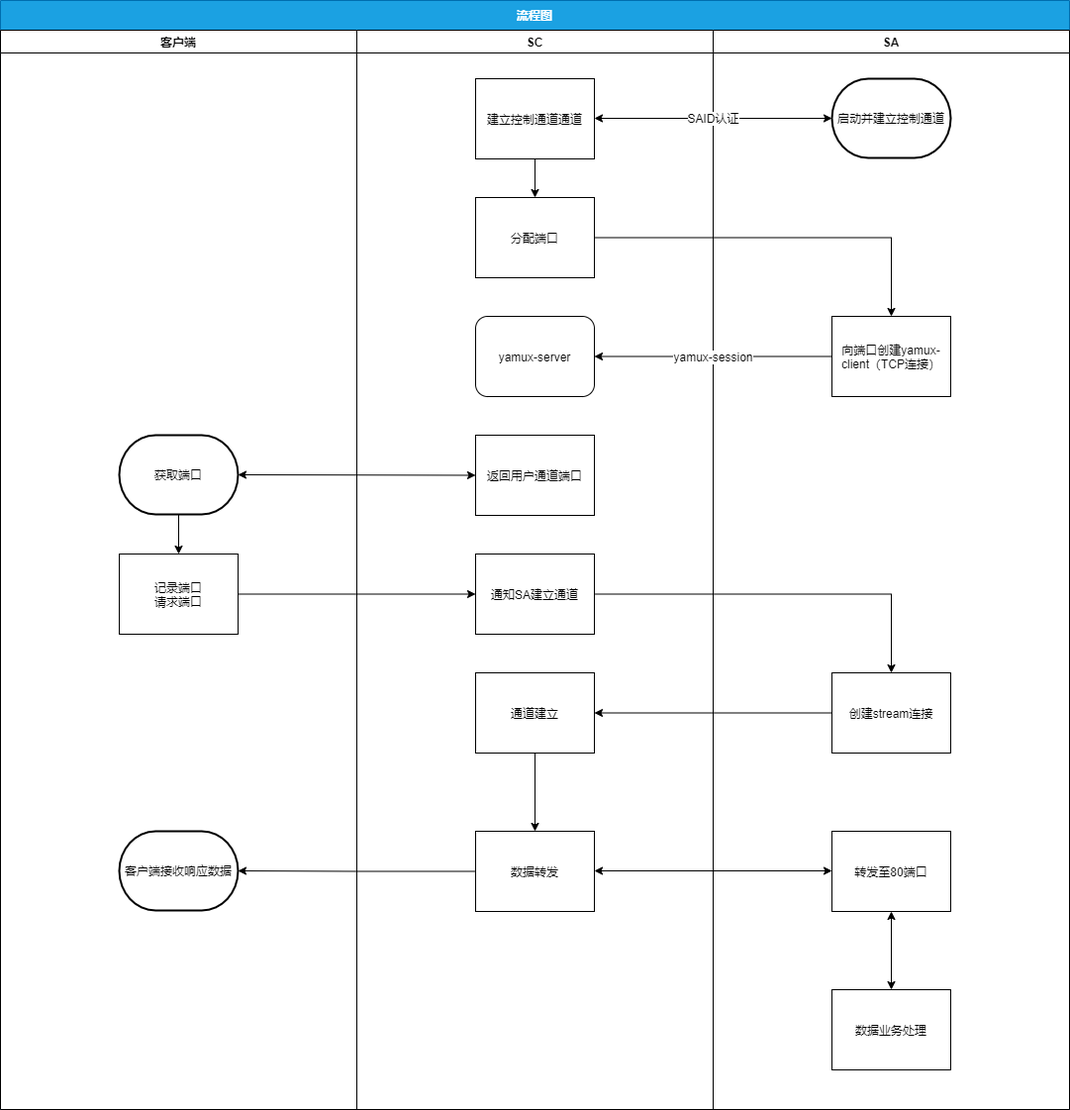
This is docs/images/sequence.png from kiqupo/gotunnel, a draw.io export, as it was before one commit. Source tidied: cells renumbered, new cells last; positions are measured from the earlier drawing's top-left corner, leaving out a move shared by most shapes.
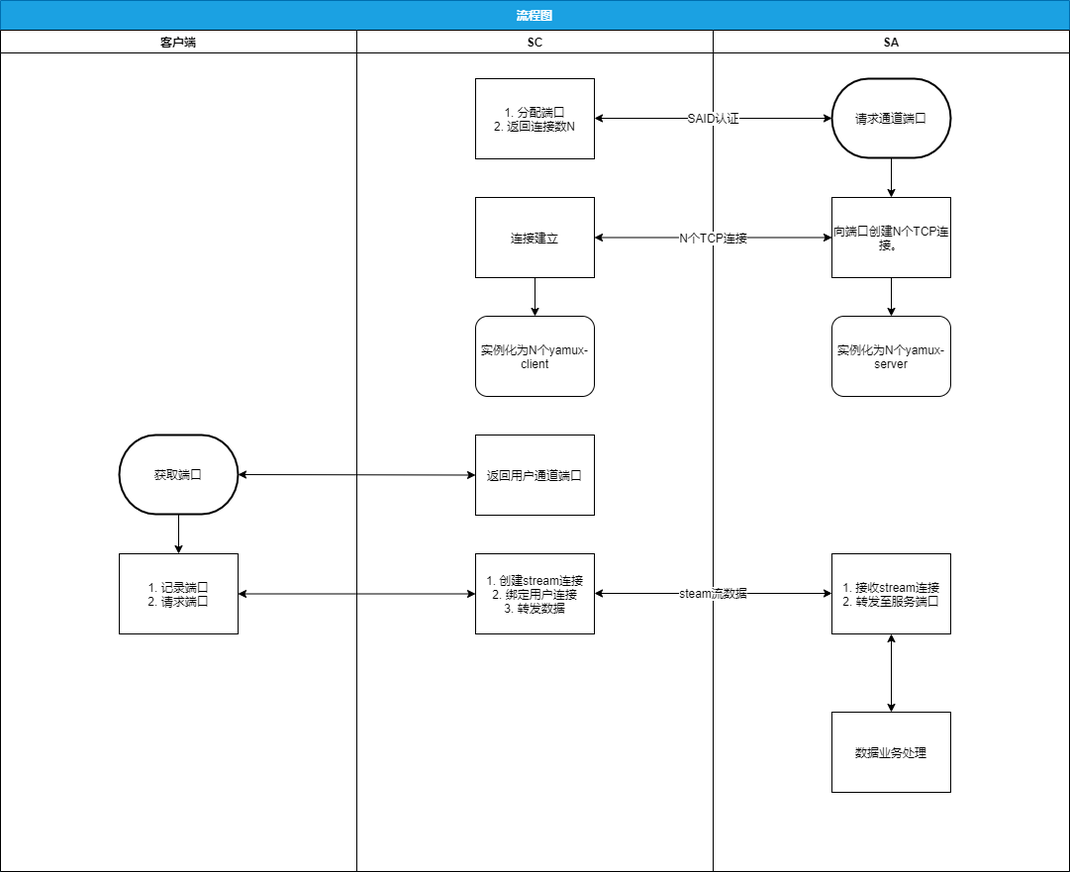
Later version of the same file.

The edit, as a diff of the source:
```diff
@@ -3,112 +3,89 @@
     <mxCell id="0" />
     <mxCell id="1" parent="0" />
     <mxCell id="2" value="流程图" style="swimlane;startSize=30;fillColor=#1ba1e2;strokeColor=#006EAF;fontColor=#ffffff;swimlaneFillColor=#ffffff;" parent="1" vertex="1">
-      <mxGeometry width="1080" height="1120" as="geometry" />
+      <mxGeometry width="1080" height="880" as="geometry" />
     </mxCell>
     <mxCell id="3" value="SC" style="swimlane;swimlaneFillColor=none;" parent="2" vertex="1">
-      <mxGeometry x="360" y="30" width="360" height="1090" as="geometry" />
+      <mxGeometry x="360" y="30" width="360" height="850" as="geometry" />
     </mxCell>
-    <mxCell id="4" style="edgeStyle=orthogonalEdgeStyle;rounded=0;orthogonalLoop=1;jettySize=auto;html=1;entryX=0.5;entryY=0;entryDx=0;entryDy=0;entryPerimeter=0;" parent="3" edge="1">
-      <mxGeometry relative="1" as="geometry">
-        <mxPoint x="180" y="129" as="sourcePoint" />
-        <mxPoint x="180" y="169" as="targetPoint" />
-      </mxGeometry>
-    </mxCell>
-    <mxCell id="5" value="&lt;span&gt;建立控制通道通道&lt;/span&gt;" style="rounded=0;whiteSpace=wrap;html=1;shadow=0;labelBackgroundColor=none;fillColor=#FFFFFF;" parent="3" vertex="1">
-      <mxGeometry x="120" y="49" width="120" height="81" as="geometry" />
-    </mxCell>
-    <mxCell id="6" value="&lt;span&gt;分配端口&lt;/span&gt;" style="rounded=0;whiteSpace=wrap;html=1;shadow=0;labelBackgroundColor=none;fillColor=#FFFFFF;" parent="3" vertex="1">
-      <mxGeometry x="120" y="169" width="120" height="81" as="geometry" />
+    <mxCell id="6" value="&lt;span&gt;1. 分配端口&lt;br&gt;2. 返回连接数N&lt;br&gt;&lt;/span&gt;" style="rounded=0;whiteSpace=wrap;html=1;shadow=0;labelBackgroundColor=none;fillColor=#FFFFFF;" parent="3" vertex="1">
+      <mxGeometry x="120" y="49" width="120" height="81" as="geometry" />
     </mxCell>
-    <mxCell id="7" value="yamux-server" style="rounded=1;whiteSpace=wrap;html=1;" parent="3" vertex="1">
+    <mxCell id="7" value="实例化为N个yamux-client" style="rounded=1;whiteSpace=wrap;html=1;" parent="3" vertex="1">
       <mxGeometry x="120" y="289" width="120" height="81" as="geometry" />
     </mxCell>
+    <mxCell id="34" style="edgeStyle=orthogonalEdgeStyle;rounded=0;jettySize=auto;html=1;" parent="3" edge="1" source="35" target="7">
+      <mxGeometry relative="1" as="geometry" />
+    </mxCell>
+    <mxCell id="35" value="&lt;span&gt;连接建立&lt;/span&gt;" style="rounded=0;whiteSpace=wrap;html=1;shadow=0;labelBackgroundColor=none;fillColor=#FFFFFF;" parent="3" vertex="1">
+      <mxGeometry x="120" y="169" width="120" height="81" as="geometry" />
+    </mxCell>
+    <mxCell id="11" value="1. 创建stream连接&lt;br&gt;2. 绑定用户连接&lt;br&gt;3. 转发数据" style="rounded=0;whiteSpace=wrap;html=1;shadow=0;labelBackgroundColor=none;fillColor=#FFFFFF;" parent="3" vertex="1">
+      <mxGeometry x="120" y="529" width="120" height="81" as="geometry" />
+    </mxCell>
     <mxCell id="8" value="SA" style="swimlane;startSize=23;fillColor=#FFFFFF;shadow=0;labelBackgroundColor=none;labelBorderColor=none;swimlaneFillColor=none;" parent="2" vertex="1">
-      <mxGeometry x="720" y="30" width="360" height="1090" as="geometry" />
+      <mxGeometry x="720" y="30" width="360" height="850" as="geometry" />
     </mxCell>
+    <mxCell id="36" style="edgeStyle=orthogonalEdgeStyle;rounded=0;jettySize=auto;html=1;entryX=0.5;entryY=0;entryDx=0;entryDy=0;" parent="8" edge="1" source="9" target="10">
+      <mxGeometry relative="1" as="geometry" />
+    </mxCell>
-    <mxCell id="9" value="启动并建立控制通道" style="strokeWidth=2;html=1;shape=mxgraph.flowchart.terminator;whiteSpace=wrap;" parent="8" vertex="1">
+    <mxCell id="9" value="请求通道端口" style="strokeWidth=2;html=1;shape=mxgraph.flowchart.terminator;whiteSpace=wrap;" parent="8" vertex="1">
       <mxGeometry x="120" y="49" width="120" height="80" as="geometry" />
     </mxCell>
+    <mxCell id="37" style="edgeStyle=orthogonalEdgeStyle;rounded=0;jettySize=auto;html=1;" parent="8" edge="1" source="10" target="38">
+      <mxGeometry relative="1" as="geometry" />
+    </mxCell>
-    <mxCell id="10" value="&lt;span&gt;向端口创建yamux-client（TCP连接）&lt;/span&gt;" style="rounded=0;whiteSpace=wrap;html=1;shadow=0;labelBackgroundColor=none;fillColor=#FFFFFF;" parent="8" vertex="1">
-      <mxGeometry x="120" y="289" width="120" height="81" as="geometry" />
+    <mxCell id="10" value="&lt;span&gt;向端口创建N个TCP连接。&lt;br&gt;&lt;/span&gt;" style="rounded=0;whiteSpace=wrap;html=1;shadow=0;labelBackgroundColor=none;fillColor=#FFFFFF;" parent="8" vertex="1">
+      <mxGeometry x="120" y="169" width="120" height="81" as="geometry" />
     </mxCell>
-    <mxCell id="11" value="创建stream连接" style="rounded=0;whiteSpace=wrap;html=1;shadow=0;labelBackgroundColor=none;fillColor=#FFFFFF;" parent="8" vertex="1">
-      <mxGeometry x="120" y="649" width="120" height="81" as="geometry" />
-    </mxCell>
-    <mxCell id="12" value="数据转发" style="rounded=0;whiteSpace=wrap;html=1;shadow=0;labelBackgroundColor=none;fillColor=#FFFFFF;" parent="8" vertex="1">
-      <mxGeometry x="-240" y="809" width="120" height="81" as="geometry" />
-    </mxCell>
-    <mxCell id="13" value="转发至80端口" style="rounded=0;whiteSpace=wrap;html=1;shadow=0;labelBackgroundColor=none;fillColor=#FFFFFF;" parent="8" vertex="1">
-      <mxGeometry x="120" y="809" width="120" height="81" as="geometry" />
+    <mxCell id="13" value="1. 接收stream连接&lt;br&gt;2. 转发至服务端口" style="rounded=0;whiteSpace=wrap;html=1;shadow=0;labelBackgroundColor=none;fillColor=#FFFFFF;" parent="8" vertex="1">
+      <mxGeometry x="120" y="529" width="120" height="81" as="geometry" />
     </mxCell>
-    <mxCell id="14" style="endArrow=classic;startArrow=classic;html=1;entryX=0.5;entryY=1;entryDx=0;entryDy=0;exitX=0.5;exitY=0;exitDx=0;exitDy=0;exitPerimeter=0;" parent="8" edge="1" target="13">
+    <mxCell id="14" style="endArrow=classic;startArrow=classic;html=1;entryX=0.5;entryY=1;entryDx=0;entryDy=0;" parent="8" edge="1" target="13">
       <mxGeometry relative="1" as="geometry">
-        <mxPoint x="180" y="969" as="sourcePoint" />
+        <mxPoint x="180" y="689" as="sourcePoint" />
       </mxGeometry>
     </mxCell>
-    <mxCell id="15" style="endArrow=classic;startArrow=classic;html=1;exitX=1;exitY=0.5;exitDx=0;exitDy=0;entryX=0;entryY=0.5;entryDx=0;entryDy=0;" parent="8" edge="1">
+    <mxCell id="15" value="steam流数据" style="endArrow=classic;startArrow=classic;html=1;exitX=1;exitY=0.5;exitDx=0;exitDy=0;entryX=0;entryY=0.5;entryDx=0;entryDy=0;" parent="8" edge="1">
       <mxGeometry relative="1" as="geometry">
-        <mxPoint x="-120" y="849" as="sourcePoint" />
-        <mxPoint x="120" y="849" as="targetPoint" />
+        <mxPoint x="-120" y="569" as="sourcePoint" />
+        <mxPoint x="120" y="569" as="targetPoint" />
       </mxGeometry>
     </mxCell>
     <mxCell id="16" value="数据业务处理" style="rounded=0;whiteSpace=wrap;html=1;shadow=0;labelBackgroundColor=none;fillColor=#FFFFFF;" parent="8" vertex="1">
-      <mxGeometry x="120" y="969" width="120" height="81" as="geometry" />
+      <mxGeometry x="120" y="689" width="120" height="81" as="geometry" />
     </mxCell>
-    <mxCell id="17" value="客户端接收响应数据" style="strokeWidth=2;html=1;shape=mxgraph.flowchart.terminator;whiteSpace=wrap;" parent="8" vertex="1">
-      <mxGeometry x="-600" y="809" width="120" height="80" as="geometry" />
-    </mxCell>
-    <mxCell id="18" style="edgeStyle=orthogonalEdgeStyle;rounded=0;jettySize=auto;html=1;entryX=1;entryY=0.5;entryDx=0;entryDy=0;entryPerimeter=0;" parent="8" edge="1" source="12" target="17">
-      <mxGeometry relative="1" as="geometry" />
-    </mxCell>
+    <mxCell id="38" value="实例化为N个yamux-server" style="rounded=1;whiteSpace=wrap;html=1;" parent="8" vertex="1">
+      <mxGeometry x="120" y="289" width="120" height="81" as="geometry" />
+    </mxCell>
     <mxCell id="19" value="客户端" style="swimlane;swimlaneFillColor=none;" parent="2" vertex="1">
-      <mxGeometry y="30" width="360" height="1090" as="geometry" />
+      <mxGeometry y="30" width="360" height="850" as="geometry" />
     </mxCell>
     <mxCell id="20" value="SAID认证" style="endArrow=classic;startArrow=classic;html=1;entryX=0;entryY=0.5;entryDx=0;entryDy=0;entryPerimeter=0;exitX=1;exitY=0.5;exitDx=0;exitDy=0;exitPerimeter=0;" parent="2" edge="1" target="9">
       <mxGeometry relative="1" as="geometry">
         <mxPoint x="600" y="119" as="sourcePoint" />
       </mxGeometry>
     </mxCell>
-    <mxCell id="21" style="edgeStyle=orthogonalEdgeStyle;rounded=0;jettySize=auto;html=1;" parent="2" edge="1" source="6">
-      <mxGeometry relative="1" as="geometry">
-        <mxPoint x="900" y="319" as="targetPoint" />
-      </mxGeometry>
-    </mxCell>
-    <mxCell id="22" value="yamux-session" style="edgeStyle=orthogonalEdgeStyle;rounded=0;jettySize=auto;html=1;entryX=1;entryY=0.5;entryDx=0;entryDy=0;" parent="2" edge="1" source="10" target="7">
-      <mxGeometry relative="1" as="geometry" />
-    </mxCell>
+    <mxCell id="39" value="N个TCP连接" style="endArrow=classic;startArrow=classic;html=1;entryX=0;entryY=0.5;entryDx=0;entryDy=0;" parent="2" edge="1" source="35" target="10">
+      <mxGeometry relative="1" as="geometry" />
+    </mxCell>
     <mxCell id="23" value="返回用户通道端口" style="rounded=0;whiteSpace=wrap;html=1;shadow=0;labelBackgroundColor=none;fillColor=#FFFFFF;" parent="1" vertex="1">
       <mxGeometry x="480" y="439" width="120" height="81" as="geometry" />
     </mxCell>
-    <mxCell id="24" value="通知SA建立通道" style="rounded=0;whiteSpace=wrap;html=1;shadow=0;labelBackgroundColor=none;fillColor=#FFFFFF;" parent="1" vertex="1">
-      <mxGeometry x="480" y="559" width="120" height="81" as="geometry" />
-    </mxCell>
-    <mxCell id="25" style="edgeStyle=orthogonalEdgeStyle;rounded=0;jettySize=auto;html=1;entryX=0.5;entryY=0;entryDx=0;entryDy=0;" parent="1" edge="1" source="26" target="12">
-      <mxGeometry relative="1" as="geometry" />
-    </mxCell>
-    <mxCell id="26" value="通道建立" style="rounded=0;whiteSpace=wrap;html=1;shadow=0;labelBackgroundColor=none;fillColor=#FFFFFF;" parent="1" vertex="1">
-      <mxGeometry x="480" y="679" width="120" height="81" as="geometry" />
-    </mxCell>
     <mxCell id="27" style="edgeStyle=orthogonalEdgeStyle;rounded=0;jettySize=auto;html=1;entryX=0.5;entryY=0;entryDx=0;entryDy=0;" parent="1" edge="1" source="28" target="29">
       <mxGeometry relative="1" as="geometry" />
     </mxCell>
     <mxCell id="28" value="获取端口" style="strokeWidth=2;html=1;shape=mxgraph.flowchart.terminator;whiteSpace=wrap;" parent="1" vertex="1">
       <mxGeometry x="120" y="439" width="120" height="80" as="geometry" />
     </mxCell>
-    <mxCell id="29" value="记录端口&lt;br&gt;请求端口" style="rounded=0;whiteSpace=wrap;html=1;shadow=0;labelBackgroundColor=none;fillColor=#FFFFFF;" parent="1" vertex="1">
+    <mxCell id="29" value="1. 记录端口&lt;br&gt;2. 请求端口" style="rounded=0;whiteSpace=wrap;html=1;shadow=0;labelBackgroundColor=none;fillColor=#FFFFFF;" parent="1" vertex="1">
       <mxGeometry x="120" y="559" width="120" height="81" as="geometry" />
     </mxCell>
     <mxCell id="30" style="endArrow=classic;startArrow=classic;html=1;exitX=1;exitY=0.5;exitDx=0;exitDy=0;exitPerimeter=0;entryX=0;entryY=0.5;entryDx=0;entryDy=0;" parent="1" edge="1" source="28" target="23">
       <mxGeometry relative="1" as="geometry" />
     </mxCell>
-    <mxCell id="31" style="edgeStyle=orthogonalEdgeStyle;rounded=0;jettySize=auto;html=1;entryX=0;entryY=0.5;entryDx=0;entryDy=0;" parent="1" edge="1" source="29" target="24">
-      <mxGeometry relative="1" as="geometry" />
-    </mxCell>
-    <mxCell id="32" style="edgeStyle=orthogonalEdgeStyle;rounded=0;jettySize=auto;html=1;entryX=0.5;entryY=0;entryDx=0;entryDy=0;" parent="1" edge="1" source="24" target="11">
-      <mxGeometry relative="1" as="geometry" />
-    </mxCell>
-    <mxCell id="33" style="edgeStyle=orthogonalEdgeStyle;rounded=0;jettySize=auto;html=1;entryX=1;entryY=0.5;entryDx=0;entryDy=0;" parent="1" edge="1" source="11" target="26">
-      <mxGeometry relative="1" as="geometry" />
-    </mxCell>
+    <mxCell id="40" style="endArrow=classic;startArrow=classic;html=1;exitX=1;exitY=0.5;exitDx=0;exitDy=0;entryX=0;entryY=0.5;entryDx=0;entryDy=0;" parent="1" edge="1" source="29" target="11">
+      <mxGeometry relative="1" as="geometry" />
+    </mxCell>
   </root>
 </mxGraphModel>
```
